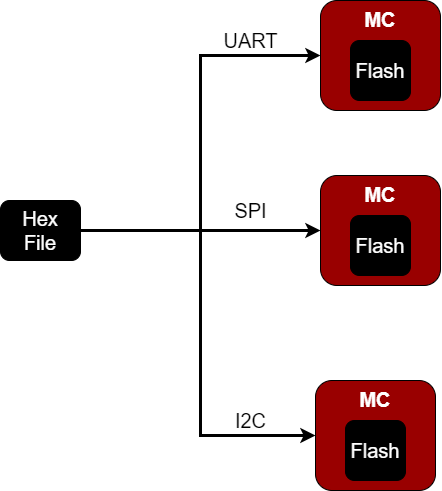
Above: assets/Diagrams/Bootloader_Diff_Protocols.png in YehiaEhab16/FOTA_Graduation-Project-2022 (draw.io), before the change. Source tidied: cells renumbered, new cells last; positions are measured from the earlier drawing's top-left corner, leaving out a move shared by most shapes. Its diagram source:
```xml
<mxGraphModel>
  <root>
    <mxCell id="0" />
    <mxCell id="1" parent="0" />
    <mxCell id="2" value="&lt;b style=&quot;font-size: 20px;&quot;&gt;&lt;font style=&quot;font-size: 20px;&quot; color=&quot;#ffffff&quot;&gt;&lt;span style=&quot;&quot;&gt;MC&lt;br&gt;&lt;/span&gt;&lt;/font&gt;&lt;br&gt;&lt;br&gt;&lt;br&gt;&lt;/b&gt;" style="rounded=1;whiteSpace=wrap;html=1;fillColor=#990000;" parent="1" vertex="1">
      <mxGeometry x="320" width="120" height="110" as="geometry" />
    </mxCell>
    <mxCell id="3" value="Flash" style="rounded=1;whiteSpace=wrap;html=1;fontSize=20;fontColor=#FFFFFF;fillColor=#000000;" parent="1" vertex="1">
      <mxGeometry x="350" y="40" width="60" height="60" as="geometry" />
    </mxCell>
    <mxCell id="4" value="&lt;b style=&quot;font-size: 20px;&quot;&gt;&lt;font style=&quot;font-size: 20px;&quot; color=&quot;#ffffff&quot;&gt;&lt;span style=&quot;&quot;&gt;MC&lt;br&gt;&lt;/span&gt;&lt;/font&gt;&lt;br&gt;&lt;br&gt;&lt;br&gt;&lt;/b&gt;" style="rounded=1;whiteSpace=wrap;html=1;fillColor=#990000;" parent="1" vertex="1">
      <mxGeometry x="320" y="175" width="120" height="110" as="geometry" />
    </mxCell>
    <mxCell id="5" value="Flash" style="rounded=1;whiteSpace=wrap;html=1;fontSize=20;fontColor=#FFFFFF;fillColor=#000000;" parent="1" vertex="1">
      <mxGeometry x="350" y="215" width="60" height="60" as="geometry" />
    </mxCell>
    <mxCell id="6" value="&lt;b style=&quot;font-size: 20px;&quot;&gt;&lt;font style=&quot;font-size: 20px;&quot; color=&quot;#ffffff&quot;&gt;&lt;span style=&quot;&quot;&gt;MC&lt;br&gt;&lt;/span&gt;&lt;/font&gt;&lt;br&gt;&lt;br&gt;&lt;br&gt;&lt;/b&gt;" style="rounded=1;whiteSpace=wrap;html=1;fillColor=#990000;" parent="1" vertex="1">
      <mxGeometry x="315" y="380" width="120" height="110" as="geometry" />
    </mxCell>
    <mxCell id="7" value="Flash" style="rounded=1;whiteSpace=wrap;html=1;fontSize=20;fontColor=#FFFFFF;fillColor=#000000;" parent="1" vertex="1">
      <mxGeometry x="345" y="420" width="60" height="60" as="geometry" />
    </mxCell>
    <mxCell id="8" style="edgeStyle=orthogonalEdgeStyle;rounded=0;jettySize=auto;html=1;exitX=1;exitY=0.5;exitDx=0;exitDy=0;entryX=0;entryY=0.5;entryDx=0;entryDy=0;fontSize=20;fontColor=#FFFFFF;strokeWidth=3;" parent="1" edge="1" source="11" target="2">
      <mxGeometry relative="1" as="geometry" />
    </mxCell>
    <mxCell id="9" style="edgeStyle=orthogonalEdgeStyle;rounded=0;jettySize=auto;html=1;exitX=1;exitY=0.5;exitDx=0;exitDy=0;fontSize=20;fontColor=#FFFFFF;strokeWidth=3;" parent="1" edge="1" source="11" target="4">
      <mxGeometry relative="1" as="geometry" />
    </mxCell>
    <mxCell id="10" style="edgeStyle=orthogonalEdgeStyle;rounded=0;jettySize=auto;html=1;exitX=1;exitY=0.5;exitDx=0;exitDy=0;entryX=0;entryY=0.5;entryDx=0;entryDy=0;fontSize=20;fontColor=#FFFFFF;strokeWidth=3;" parent="1" edge="1" source="11" target="6">
      <mxGeometry relative="1" as="geometry">
        <Array as="points">
          <mxPoint x="200" y="230" />
          <mxPoint x="200" y="435" />
        </Array>
      </mxGeometry>
    </mxCell>
    <mxCell id="11" value="Hex&lt;br&gt;File" style="rounded=1;whiteSpace=wrap;html=1;fontSize=20;fontColor=#FFFFFF;fillColor=#000000;" parent="1" vertex="1">
      <mxGeometry y="200" width="80" height="60" as="geometry" />
    </mxCell>
    <mxCell id="12" value="&lt;font color=&quot;#000000&quot;&gt;UART&lt;/font&gt;" style="text;html=1;align=center;verticalAlign=middle;strokeColor=none;fillColor=none;fontSize=20;fontColor=#FFFFFF;" parent="1" vertex="1">
      <mxGeometry x="210" y="20" width="80" height="40" as="geometry" />
    </mxCell>
    <mxCell id="13" value="&lt;font color=&quot;#000000&quot;&gt;SPI&lt;/font&gt;" style="text;html=1;align=center;verticalAlign=middle;strokeColor=none;fillColor=none;fontSize=20;fontColor=#FFFFFF;" parent="1" vertex="1">
      <mxGeometry x="220" y="190" width="60" height="40" as="geometry" />
    </mxCell>
    <mxCell id="14" value="&lt;font color=&quot;#000000&quot;&gt;I2C&lt;/font&gt;" style="text;html=1;align=center;verticalAlign=middle;strokeColor=none;fillColor=none;fontSize=20;fontColor=#FFFFFF;" parent="1" vertex="1">
      <mxGeometry x="225" y="400" width="50" height="40" as="geometry" />
    </mxCell>
  </root>
</mxGraphModel>
```
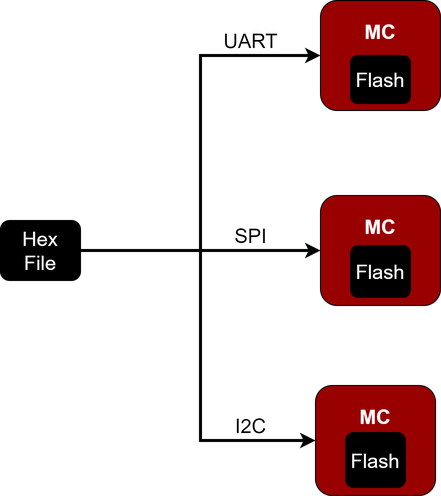
The same file after the commit.

What changed in the source:
```diff
@@ -2,48 +2,48 @@
   <root>
     <mxCell id="0" />
     <mxCell id="1" parent="0" />
-    <mxCell id="2" value="&lt;b style=&quot;font-size: 20px;&quot;&gt;&lt;font style=&quot;font-size: 20px;&quot; color=&quot;#ffffff&quot;&gt;&lt;span style=&quot;&quot;&gt;MC&lt;br&gt;&lt;/span&gt;&lt;/font&gt;&lt;br&gt;&lt;br&gt;&lt;br&gt;&lt;/b&gt;" style="rounded=1;whiteSpace=wrap;html=1;fillColor=#990000;" parent="1" vertex="1">
-      <mxGeometry x="320" width="120" height="110" as="geometry" />
+    <mxCell id="2" value="&lt;b style=&quot;font-size: 20px;&quot;&gt;&lt;font style=&quot;font-size: 20px;&quot; color=&quot;#ffffff&quot;&gt;&lt;span style=&quot;&quot;&gt;MC&lt;/span&gt;&lt;/font&gt;&lt;br&gt;&lt;br&gt;&lt;br&gt;&lt;/b&gt;" style="rounded=1;whiteSpace=wrap;html=1;fillColor=#990000;" parent="1" vertex="1">
+      <mxGeometry x="320" y="-5" width="120" height="110" as="geometry" />
     </mxCell>
     <mxCell id="3" value="Flash" style="rounded=1;whiteSpace=wrap;html=1;fontSize=20;fontColor=#FFFFFF;fillColor=#000000;" parent="1" vertex="1">
-      <mxGeometry x="350" y="40" width="60" height="60" as="geometry" />
+      <mxGeometry x="350" y="50" width="60" height="48" as="geometry" />
     </mxCell>
-    <mxCell id="4" value="&lt;b style=&quot;font-size: 20px;&quot;&gt;&lt;font style=&quot;font-size: 20px;&quot; color=&quot;#ffffff&quot;&gt;&lt;span style=&quot;&quot;&gt;MC&lt;br&gt;&lt;/span&gt;&lt;/font&gt;&lt;br&gt;&lt;br&gt;&lt;br&gt;&lt;/b&gt;" style="rounded=1;whiteSpace=wrap;html=1;fillColor=#990000;" parent="1" vertex="1">
-      <mxGeometry x="320" y="175" width="120" height="110" as="geometry" />
+    <mxCell id="4" value="&lt;b style=&quot;font-size: 20px;&quot;&gt;&lt;font style=&quot;font-size: 20px;&quot; color=&quot;#ffffff&quot;&gt;&lt;span style=&quot;&quot;&gt;MC&lt;/span&gt;&lt;/font&gt;&lt;br&gt;&lt;br&gt;&lt;br&gt;&lt;/b&gt;" style="rounded=1;whiteSpace=wrap;html=1;fillColor=#990000;" parent="1" vertex="1">
+      <mxGeometry x="320" y="190" width="120" height="110" as="geometry" />
     </mxCell>
-    <mxCell id="5" value="Flash" style="rounded=1;whiteSpace=wrap;html=1;fontSize=20;fontColor=#FFFFFF;fillColor=#000000;" parent="1" vertex="1">
-      <mxGeometry x="350" y="215" width="60" height="60" as="geometry" />
-    </mxCell>
-    <mxCell id="6" value="&lt;b style=&quot;font-size: 20px;&quot;&gt;&lt;font style=&quot;font-size: 20px;&quot; color=&quot;#ffffff&quot;&gt;&lt;span style=&quot;&quot;&gt;MC&lt;br&gt;&lt;/span&gt;&lt;/font&gt;&lt;br&gt;&lt;br&gt;&lt;br&gt;&lt;/b&gt;" style="rounded=1;whiteSpace=wrap;html=1;fillColor=#990000;" parent="1" vertex="1">
+    <mxCell id="6" value="&lt;b style=&quot;font-size: 20px;&quot;&gt;&lt;font style=&quot;font-size: 20px;&quot; color=&quot;#ffffff&quot;&gt;&lt;span style=&quot;&quot;&gt;MC&lt;/span&gt;&lt;/font&gt;&lt;br&gt;&lt;br&gt;&lt;br&gt;&lt;/b&gt;" style="rounded=1;whiteSpace=wrap;html=1;fillColor=#990000;" parent="1" vertex="1">
       <mxGeometry x="315" y="380" width="120" height="110" as="geometry" />
     </mxCell>
-    <mxCell id="7" value="Flash" style="rounded=1;whiteSpace=wrap;html=1;fontSize=20;fontColor=#FFFFFF;fillColor=#000000;" parent="1" vertex="1">
-      <mxGeometry x="345" y="420" width="60" height="60" as="geometry" />
-    </mxCell>
-    <mxCell id="8" style="edgeStyle=orthogonalEdgeStyle;rounded=0;jettySize=auto;html=1;exitX=1;exitY=0.5;exitDx=0;exitDy=0;entryX=0;entryY=0.5;entryDx=0;entryDy=0;fontSize=20;fontColor=#FFFFFF;strokeWidth=3;" parent="1" edge="1" source="11" target="2">
+    <mxCell id="8" style="edgeStyle=orthogonalEdgeStyle;rounded=0;jettySize=auto;html=1;exitX=1;exitY=0.5;exitDx=0;exitDy=0;entryX=0;entryY=0.5;entryDx=0;entryDy=0;strokeWidth=3;" parent="1" edge="1" source="11" target="2">
       <mxGeometry relative="1" as="geometry" />
     </mxCell>
-    <mxCell id="9" style="edgeStyle=orthogonalEdgeStyle;rounded=0;jettySize=auto;html=1;exitX=1;exitY=0.5;exitDx=0;exitDy=0;fontSize=20;fontColor=#FFFFFF;strokeWidth=3;" parent="1" edge="1" source="11" target="4">
+    <mxCell id="9" style="edgeStyle=orthogonalEdgeStyle;rounded=0;jettySize=auto;html=1;exitX=1;exitY=0.5;exitDx=0;exitDy=0;entryX=0;entryY=0.5;entryDx=0;entryDy=0;strokeWidth=3;" parent="1" edge="1" source="11" target="4">
       <mxGeometry relative="1" as="geometry" />
     </mxCell>
-    <mxCell id="10" style="edgeStyle=orthogonalEdgeStyle;rounded=0;jettySize=auto;html=1;exitX=1;exitY=0.5;exitDx=0;exitDy=0;entryX=0;entryY=0.5;entryDx=0;entryDy=0;fontSize=20;fontColor=#FFFFFF;strokeWidth=3;" parent="1" edge="1" source="11" target="6">
+    <mxCell id="10" style="edgeStyle=orthogonalEdgeStyle;rounded=0;jettySize=auto;html=1;exitX=1;exitY=0.5;exitDx=0;exitDy=0;entryX=0;entryY=0.5;entryDx=0;entryDy=0;strokeWidth=3;" parent="1" edge="1" source="11" target="6">
       <mxGeometry relative="1" as="geometry">
         <Array as="points">
-          <mxPoint x="200" y="230" />
+          <mxPoint x="200" y="245" />
           <mxPoint x="200" y="435" />
         </Array>
       </mxGeometry>
     </mxCell>
     <mxCell id="11" value="Hex&lt;br&gt;File" style="rounded=1;whiteSpace=wrap;html=1;fontSize=20;fontColor=#FFFFFF;fillColor=#000000;" parent="1" vertex="1">
-      <mxGeometry y="200" width="80" height="60" as="geometry" />
+      <mxGeometry y="215" width="80" height="60" as="geometry" />
     </mxCell>
+    <mxCell id="15" value="Flash" style="rounded=1;whiteSpace=wrap;html=1;fontSize=20;fontColor=#FFFFFF;fillColor=#000000;" parent="1" vertex="1">
+      <mxGeometry x="350" y="240" width="60" height="52" as="geometry" />
+    </mxCell>
+    <mxCell id="16" value="Flash" style="rounded=1;whiteSpace=wrap;html=1;fontSize=20;fontColor=#FFFFFF;fillColor=#000000;" parent="1" vertex="1">
+      <mxGeometry x="345" y="427" width="60" height="55" as="geometry" />
+    </mxCell>
-    <mxCell id="12" value="&lt;font color=&quot;#000000&quot;&gt;UART&lt;/font&gt;" style="text;html=1;align=center;verticalAlign=middle;strokeColor=none;fillColor=none;fontSize=20;fontColor=#FFFFFF;" parent="1" vertex="1">
-      <mxGeometry x="210" y="20" width="80" height="40" as="geometry" />
+    <mxCell id="12" value="&lt;font style=&quot;font-size: 20px;&quot;&gt;UART&lt;/font&gt;" style="text;html=1;align=center;verticalAlign=middle;strokeColor=none;fillColor=none;" parent="1" vertex="1">
+      <mxGeometry x="210" y="15" width="80" height="40" as="geometry" />
     </mxCell>
-    <mxCell id="13" value="&lt;font color=&quot;#000000&quot;&gt;SPI&lt;/font&gt;" style="text;html=1;align=center;verticalAlign=middle;strokeColor=none;fillColor=none;fontSize=20;fontColor=#FFFFFF;" parent="1" vertex="1">
-      <mxGeometry x="220" y="190" width="60" height="40" as="geometry" />
+    <mxCell id="13" value="&lt;font style=&quot;font-size: 20px;&quot;&gt;SPI&lt;/font&gt;" style="text;html=1;align=center;verticalAlign=middle;strokeColor=none;fillColor=none;" parent="1" vertex="1">
+      <mxGeometry x="220" y="210" width="60" height="40" as="geometry" />
     </mxCell>
-    <mxCell id="14" value="&lt;font color=&quot;#000000&quot;&gt;I2C&lt;/font&gt;" style="text;html=1;align=center;verticalAlign=middle;strokeColor=none;fillColor=none;fontSize=20;fontColor=#FFFFFF;" parent="1" vertex="1">
+    <mxCell id="14" value="&lt;font style=&quot;font-size: 20px;&quot;&gt;I2C&lt;br&gt;&lt;/font&gt;" style="text;html=1;align=center;verticalAlign=middle;strokeColor=none;fillColor=none;" parent="1" vertex="1">
       <mxGeometry x="225" y="400" width="50" height="40" as="geometry" />
     </mxCell>
   </root>
```
